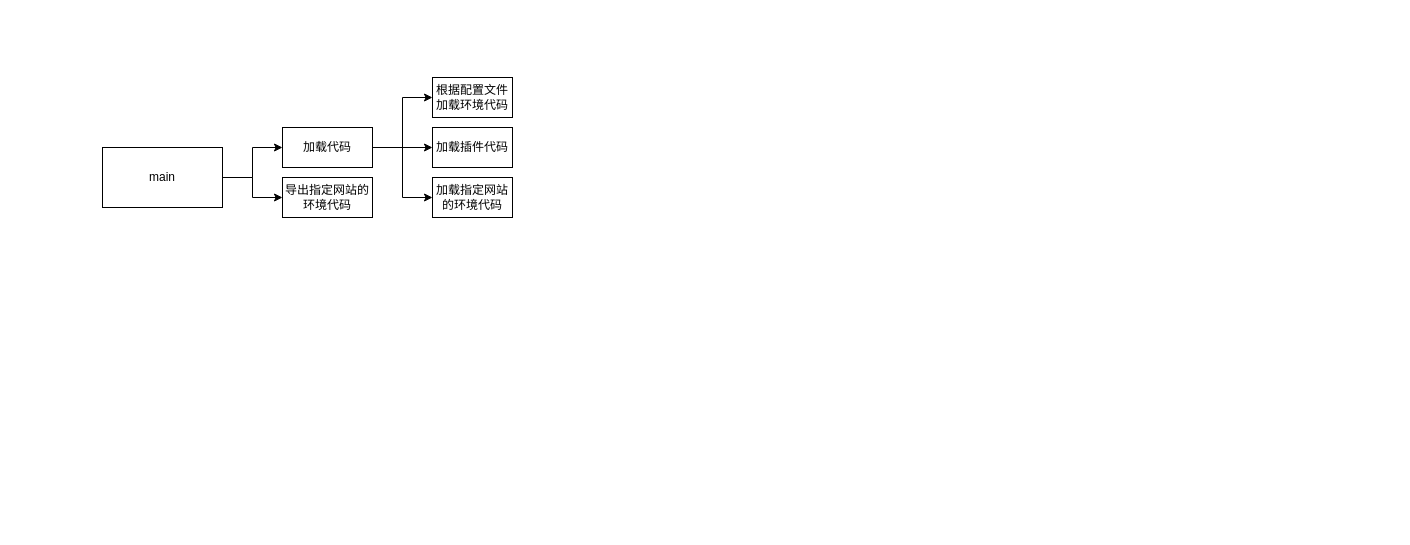
This is 补环境框架.drawio from MapleJourney/diagram, a draw.io file, before an edit. Source tidied: cells renumbered, new cells numbered last; positions are measured from the earlier drawing's top-left corner, leaving out a move shared by most shapes. Both pictures are drawn from the tidied source at 100%, with x=0, y=0 at pixel (102, 77).
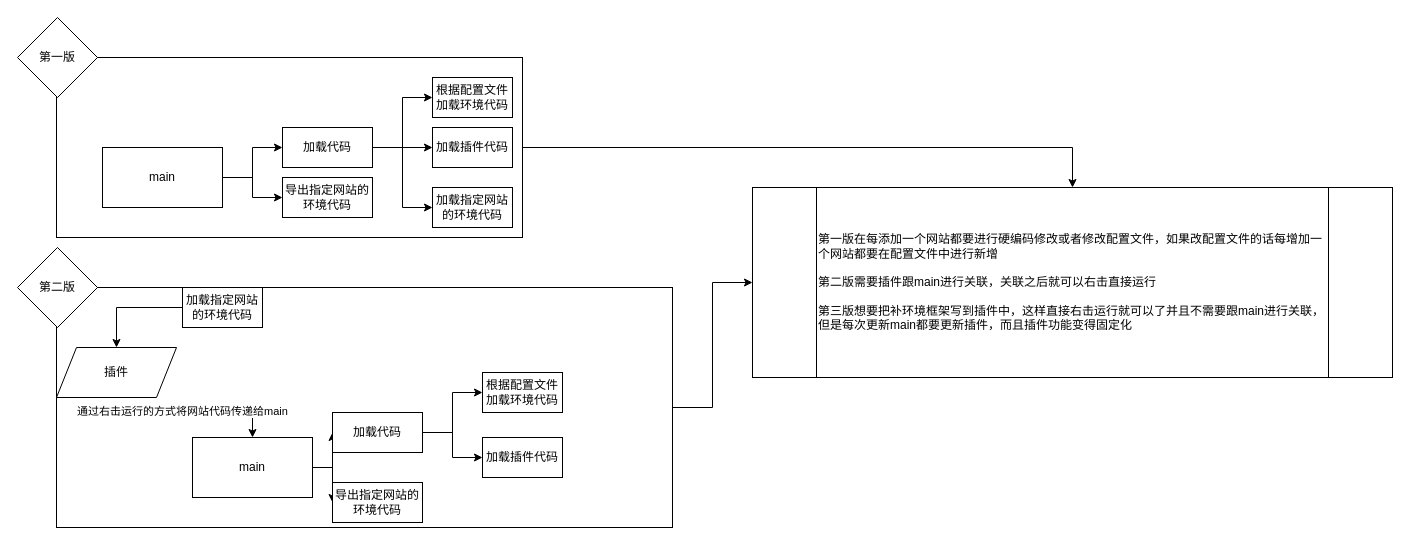
Above is the later version.

Commit message:
更新补环境框架.drawio

What changed in the source:
```diff
@@
+    <mxCell id="13" style="edgeStyle=orthogonalEdgeStyle;rounded=0;jettySize=auto;html=1;entryX=0.5;entryY=0;entryDx=0;entryDy=0;" parent="1" edge="1" source="14" target="33">
+      <mxGeometry relative="1" as="geometry" />
+    </mxCell>
+    <mxCell id="14" style="rounded=0;whiteSpace=wrap;html=1;" parent="1" vertex="1">
+      <mxGeometry x="-46" y="-20" width="466" height="180" as="geometry" />
+    </mxCell>
@@
     <mxCell id="12" value="加载指定网站的环境代码" style="rounded=0;whiteSpace=wrap;html=1;" parent="1" vertex="1">
-      <mxGeometry x="330" y="100" width="80" height="40" as="geometry" />
+      <mxGeometry x="330" y="110" width="80" height="40" as="geometry" />
     </mxCell>
+    <mxCell id="15" value="第一版" style="rhombus;whiteSpace=wrap;html=1;" parent="1" vertex="1">
+      <mxGeometry x="-85" y="-60" width="80" height="80" as="geometry" />
+    </mxCell>
+    <mxCell id="16" style="edgeStyle=orthogonalEdgeStyle;rounded=0;jettySize=auto;html=1;" parent="1" edge="1" source="17" target="33">
+      <mxGeometry relative="1" as="geometry" />
+    </mxCell>
+    <mxCell id="17" style="rounded=0;whiteSpace=wrap;html=1;" parent="1" vertex="1">
+      <mxGeometry x="-46" y="210" width="616" height="240" as="geometry" />
+    </mxCell>
+    <mxCell id="18" style="edgeStyle=orthogonalEdgeStyle;rounded=0;jettySize=auto;html=1;" parent="1" edge="1" source="20" target="23">
+      <mxGeometry relative="1" as="geometry" />
+    </mxCell>
+    <mxCell id="19" style="edgeStyle=orthogonalEdgeStyle;rounded=0;jettySize=auto;html=1;entryX=0;entryY=0.5;entryDx=0;entryDy=0;" parent="1" edge="1" source="20" target="26">
+      <mxGeometry relative="1" as="geometry" />
+    </mxCell>
+    <mxCell id="20" value="main" style="rounded=0;whiteSpace=wrap;html=1;" parent="1" vertex="1">
+      <mxGeometry x="90" y="360" width="120" height="60" as="geometry" />
+    </mxCell>
+    <mxCell id="21" style="edgeStyle=orthogonalEdgeStyle;rounded=0;jettySize=auto;html=1;entryX=0;entryY=0.5;entryDx=0;entryDy=0;" parent="1" edge="1" source="23" target="25">
+      <mxGeometry relative="1" as="geometry" />
+    </mxCell>
+    <mxCell id="22" style="edgeStyle=orthogonalEdgeStyle;rounded=0;jettySize=auto;html=1;entryX=0;entryY=0.5;entryDx=0;entryDy=0;" parent="1" edge="1" source="23" target="24">
+      <mxGeometry relative="1" as="geometry" />
+    </mxCell>
+    <mxCell id="23" value="加载代码" style="rounded=0;whiteSpace=wrap;html=1;" parent="1" vertex="1">
+      <mxGeometry x="230" y="335" width="90" height="40" as="geometry" />
+    </mxCell>
+    <mxCell id="24" value="根据配置文件加载环境代码" style="rounded=0;whiteSpace=wrap;html=1;" parent="1" vertex="1">
+      <mxGeometry x="380" y="295" width="80" height="40" as="geometry" />
+    </mxCell>
+    <mxCell id="25" value="加载插件代码" style="rounded=0;whiteSpace=wrap;html=1;" parent="1" vertex="1">
+      <mxGeometry x="380" y="360" width="80" height="40" as="geometry" />
+    </mxCell>
+    <mxCell id="26" value="导出指定网站的环境代码" style="rounded=0;whiteSpace=wrap;html=1;" parent="1" vertex="1">
+      <mxGeometry x="230" y="405" width="90" height="40" as="geometry" />
+    </mxCell>
+    <mxCell id="27" value="第二版" style="rhombus;whiteSpace=wrap;html=1;" parent="1" vertex="1">
+      <mxGeometry x="-85" y="170" width="80" height="80" as="geometry" />
+    </mxCell>
+    <mxCell id="28" style="edgeStyle=orthogonalEdgeStyle;rounded=0;jettySize=auto;html=1;entryX=0.5;entryY=0;entryDx=0;entryDy=0;" parent="1" edge="1" source="29" target="32">
+      <mxGeometry relative="1" as="geometry" />
+    </mxCell>
+    <mxCell id="29" value="加载指定网站的环境代码" style="rounded=0;whiteSpace=wrap;html=1;" parent="1" vertex="1">
+      <mxGeometry x="80" y="210" width="80" height="40" as="geometry" />
+    </mxCell>
+    <mxCell id="30" style="edgeStyle=orthogonalEdgeStyle;rounded=0;jettySize=auto;html=1;" parent="1" edge="1" target="20">
+      <mxGeometry relative="1" as="geometry">
+        <mxPoint x="64" y="335" as="sourcePoint" />
+      </mxGeometry>
+    </mxCell>
+    <mxCell id="31" value="通过右击运行的方式将网站代码传递给main" style="edgeLabel;html=1;align=center;verticalAlign=middle;" parent="30" vertex="1">
+      <mxGeometry x="-0.72" y="2" relative="1" as="geometry" />
+    </mxCell>
+    <mxCell id="32" value="插件" style="shape=parallelogram;perimeter=parallelogramPerimeter;whiteSpace=wrap;html=1;fixedSize=1;" parent="1" vertex="1">
+      <mxGeometry x="-46" y="270" width="120" height="50" as="geometry" />
+    </mxCell>
+    <mxCell id="33" value="第一版在每添加一个网站都要进行硬编码修改或者修改配置文件，如果改配置文件的话每增加一个网站都要在配置文件中进行新增&lt;div&gt;&lt;br&gt;&lt;/div&gt;&lt;div&gt;第二版需要插件跟main进行关联，关联之后就可以右击直接运行&lt;/div&gt;&lt;div&gt;&lt;br&gt;&lt;/div&gt;&lt;div&gt;第三版想要把补环境框架写到插件中，这样直接右击运行就可以了并且不需要跟main进行关联，但是每次更新main都要更新插件，而且插件功能变得固定化&lt;/div&gt;" style="shape=process;whiteSpace=wrap;html=1;backgroundOutline=1;align=left;" parent="1" vertex="1">
+      <mxGeometry x="650" y="110" width="640" height="190" as="geometry" />
+    </mxCell>
```
